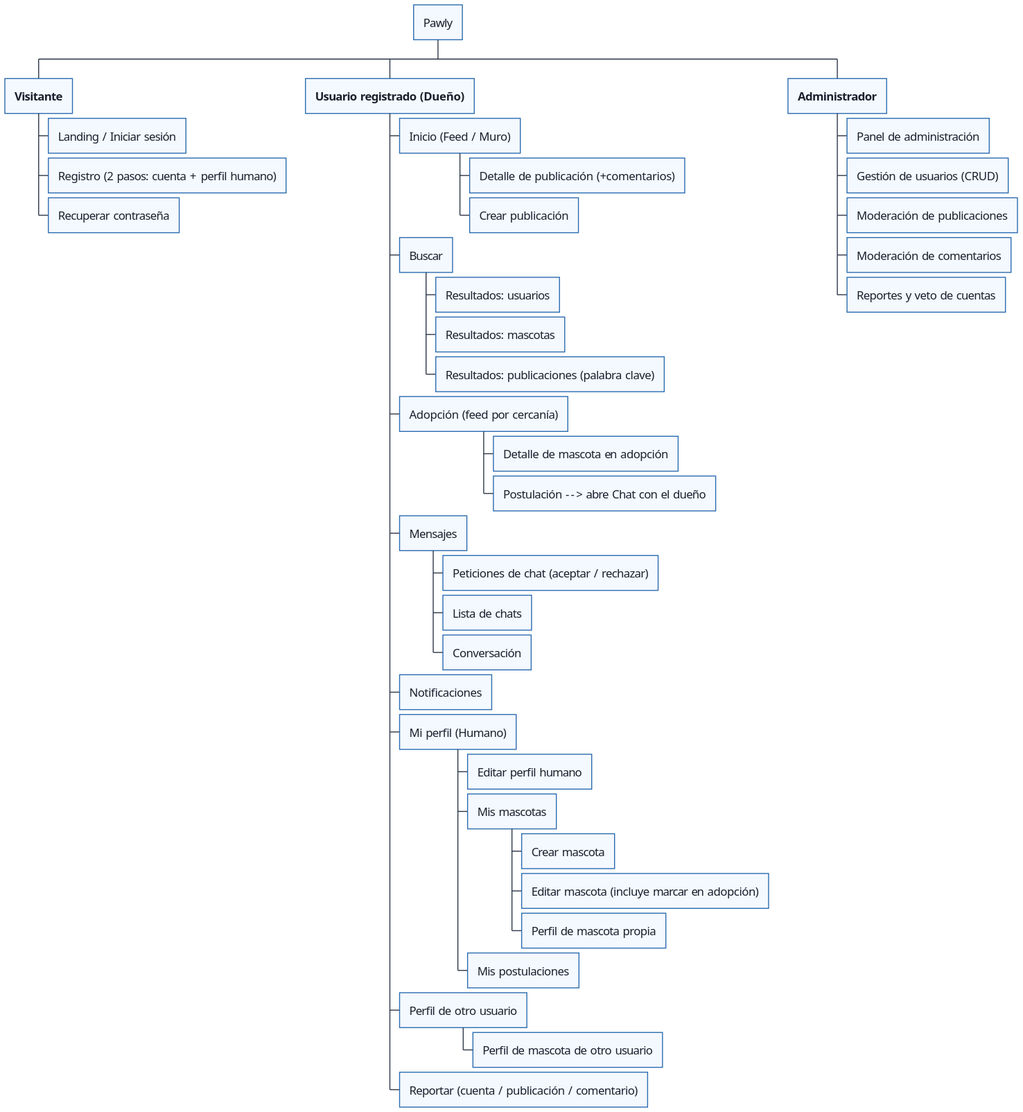
The PlantUML diagram mapa_navegacion.svg in darvinh12/pawly-navegacion-wireframes, before a commit.
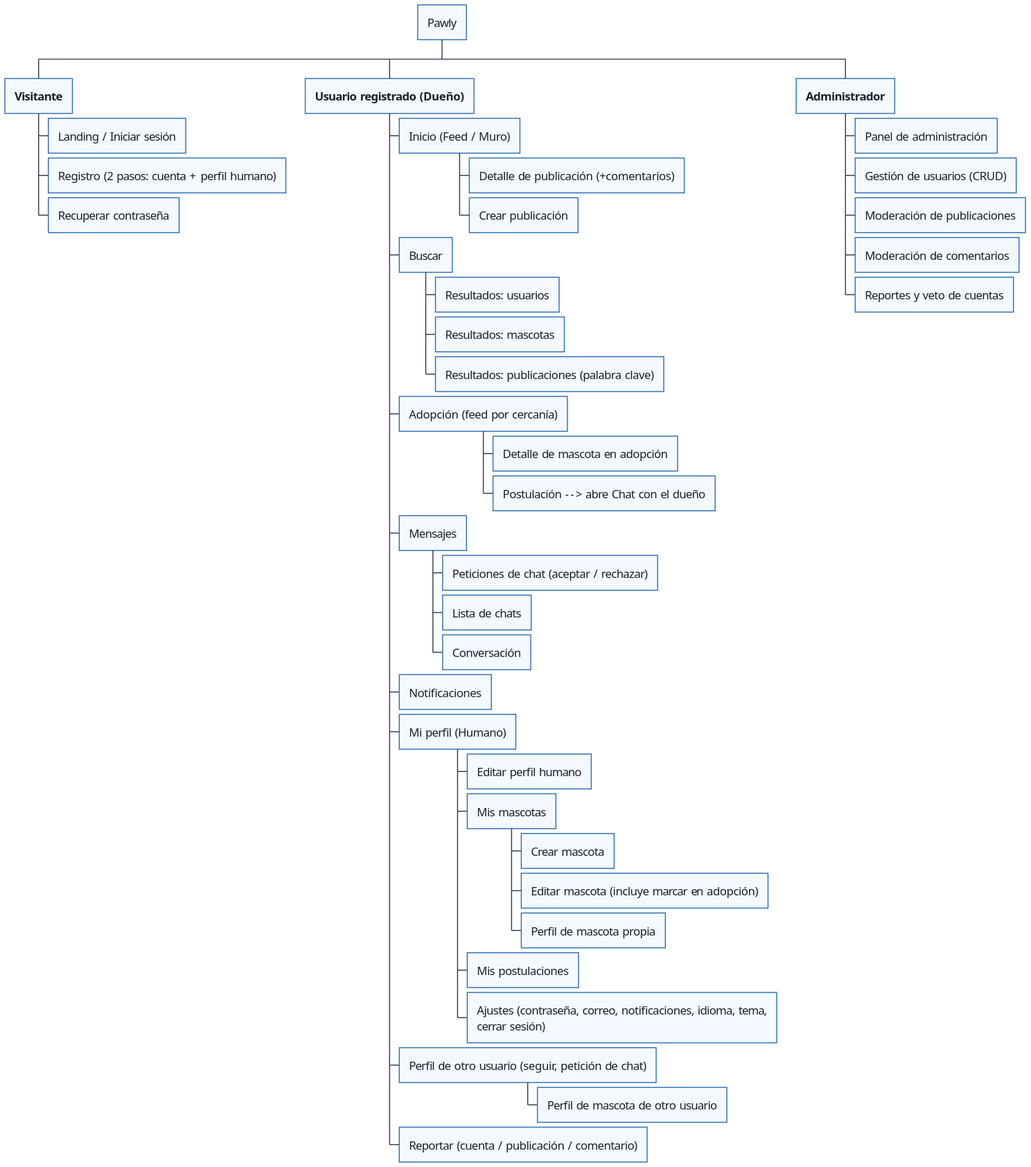
After the change.

The edit, as a diff of the source:
```diff
@@ -40,7 +40,8 @@
 ***** Editar mascota (incluye marcar en adopción)
 ***** Perfil de mascota propia
 **** Mis postulaciones
-*** Perfil de otro usuario
+**** Ajustes (contraseña, correo, notificaciones, idioma, tema, cerrar sesión)
+*** Perfil de otro usuario (seguir, petición de chat)
 **** Perfil de mascota de otro usuario
 *** Reportar (cuenta / publicación / comentario)
 
```
